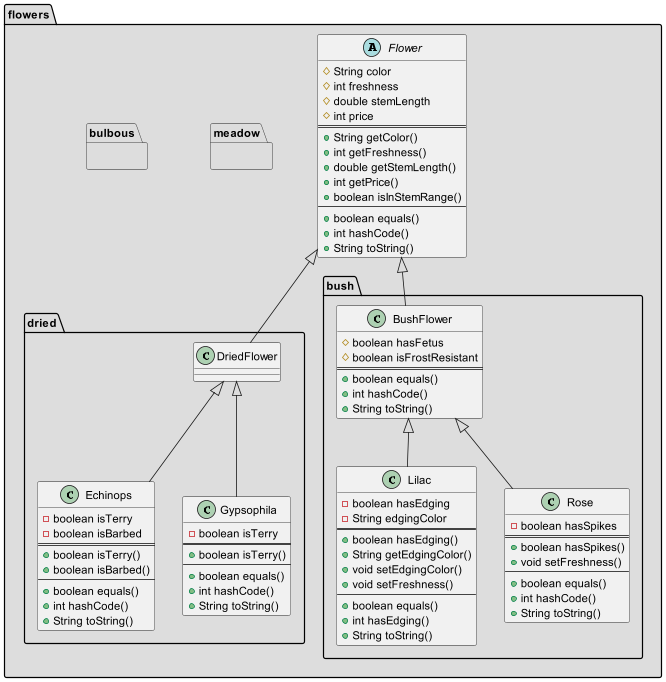
Earlier version of the PlantUML export ЛАБ_4/Task2_Diagram.png (elaboratee/industrial_programming). Its diagram source:
```plantuml
@startuml

package flowers #DDDDDD {
    abstract class Flower {
        # String color
        # int freshness
        # double stemLength
        # int price
        ==
        + String getColor()
        + int getFreshness()
        + double getStemLength()
        + int getPrice()
        + boolean isInStemRange()
        --
        + boolean equals()
        + int hashCode()
        + String toString()
    }
}

package flowers.dried #DDDDDD {
    class DriedFlower

    class Echinops {
        - boolean isTerry
        - boolean isBarbed
        ==
        + boolean isTerry()
        + boolean isBarbed()
        --
        + boolean equals()
        + int hashCode()
        + String toString()
    }

    class Gypsophila {
        - boolean isTerry
        ==
        + boolean isTerry()
        --
        + boolean equals()
        + int hashCode()
        + String toString()
    }
}

package flowers.bush #DDDDDD {
    class BushFlower {
        # boolean hasFetus
        # boolean isFrostResistant
        ==
        + boolean equals()
        + int hashCode()
        + String toString()
    }

    class Lilac {
        - boolean hasEdging
        - String edgingColor
        ==
        + boolean hasEdging()
        + String getEdgingColor()
        + void setEdgingColor()
        + void setFreshness()
        --
        + boolean equals()
        + int hasEdging()
        + String toString()
    }

    class Rose {
        - boolean hasSpikes
        ==
        + boolean hasSpikes()
        + void setFreshness()
        --
        + boolean equals()
        + int hashCode()
        + String toString()
    }
}

package flowers.meadow #DDDDDD {
}

package flowers.bulbous #DDDDDD {
}


Flower <|-- DriedFlower
Flower <|-- BushFlower

DriedFlower <|-- Echinops
DriedFlower <|-- Gypsophila

BushFlower <|-- Lilac
BushFlower <|-- Rose

@enduml
```
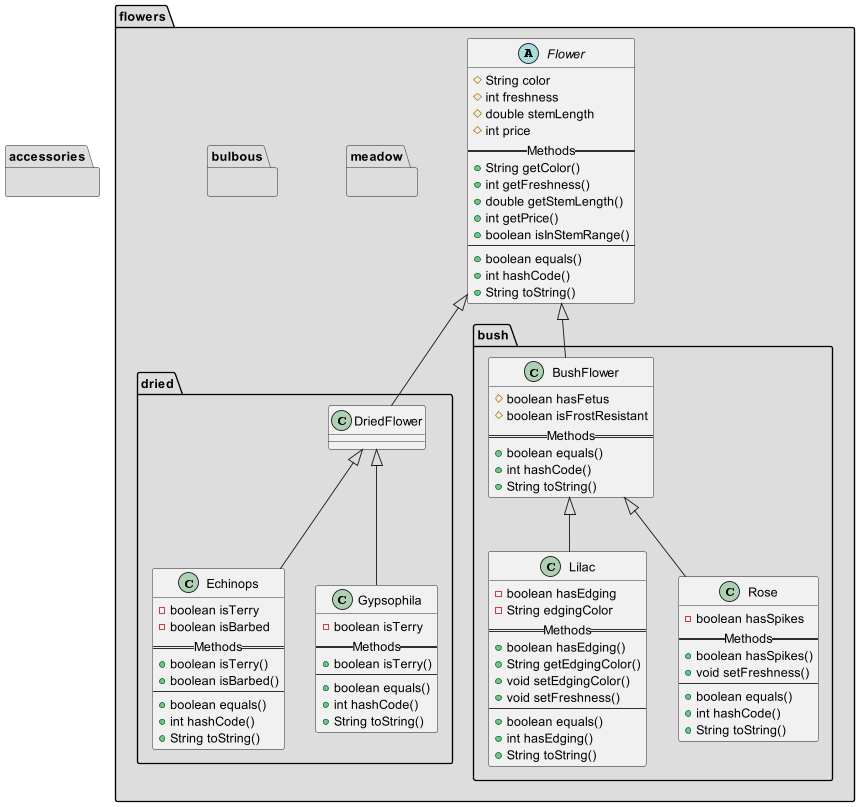
After the change.

Commit message:
Create UML diagram for task 1

The edit, as a diff of the source:
```diff
@@ -6,7 +6,7 @@
         # int freshness
         # double stemLength
         # int price
-        ==
+        == Methods ==
         + String getColor()
         + int getFreshness()
         + double getStemLength()
@@ -25,7 +25,7 @@
     class Echinops {
         - boolean isTerry
         - boolean isBarbed
-        ==
+        == Methods ==
         + boolean isTerry()
         + boolean isBarbed()
         --
@@ -36,7 +36,7 @@
 
     class Gypsophila {
         - boolean isTerry
-        ==
+        == Methods ==
         + boolean isTerry()
         --
         + boolean equals()
@@ -49,7 +49,7 @@
     class BushFlower {
         # boolean hasFetus
         # boolean isFrostResistant
-        ==
+        == Methods ==
         + boolean equals()
         + int hashCode()
         + String toString()
@@ -58,7 +58,7 @@
     class Lilac {
         - boolean hasEdging
         - String edgingColor
-        ==
+        == Methods ==
         + boolean hasEdging()
         + String getEdgingColor()
         + void setEdgingColor()
@@ -71,7 +71,7 @@
 
     class Rose {
         - boolean hasSpikes
-        ==
+        == Methods ==
         + boolean hasSpikes()
         + void setFreshness()
         --
@@ -87,7 +87,6 @@
 package flowers.bulbous #DDDDDD {
 }
 
-
 Flower <|-- DriedFlower
 Flower <|-- BushFlower
 
@@ -97,4 +96,8 @@
 BushFlower <|-- Lilac
 BushFlower <|-- Rose
 
+
+package accessories #DDDDDD {
+}
+
 @enduml
```
